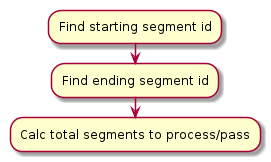
Earlier version of the PlantUML export docs/synthesis_activity_diagram.png (mrobbeloth/obstruction). The source it was exported from:
```plantuml
@startuml
:Find starting segment id;
:Find ending segment id;
:Calc total segments to process/pass;
@enduml
```
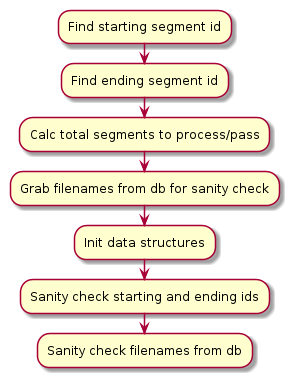
After the change.

Commit message:
Add more synthesis activity diagram detail

What changed in the source:
```diff
@@ -2,4 +2,9 @@
 :Find starting segment id;
 :Find ending segment id;
 :Calc total segments to process/pass;
+:Grab filenames from db for sanity check;
+:Init data structures;
+:Sanity check starting and ending ids;
+:Sanity check filenames from db;
+
 @enduml
```
